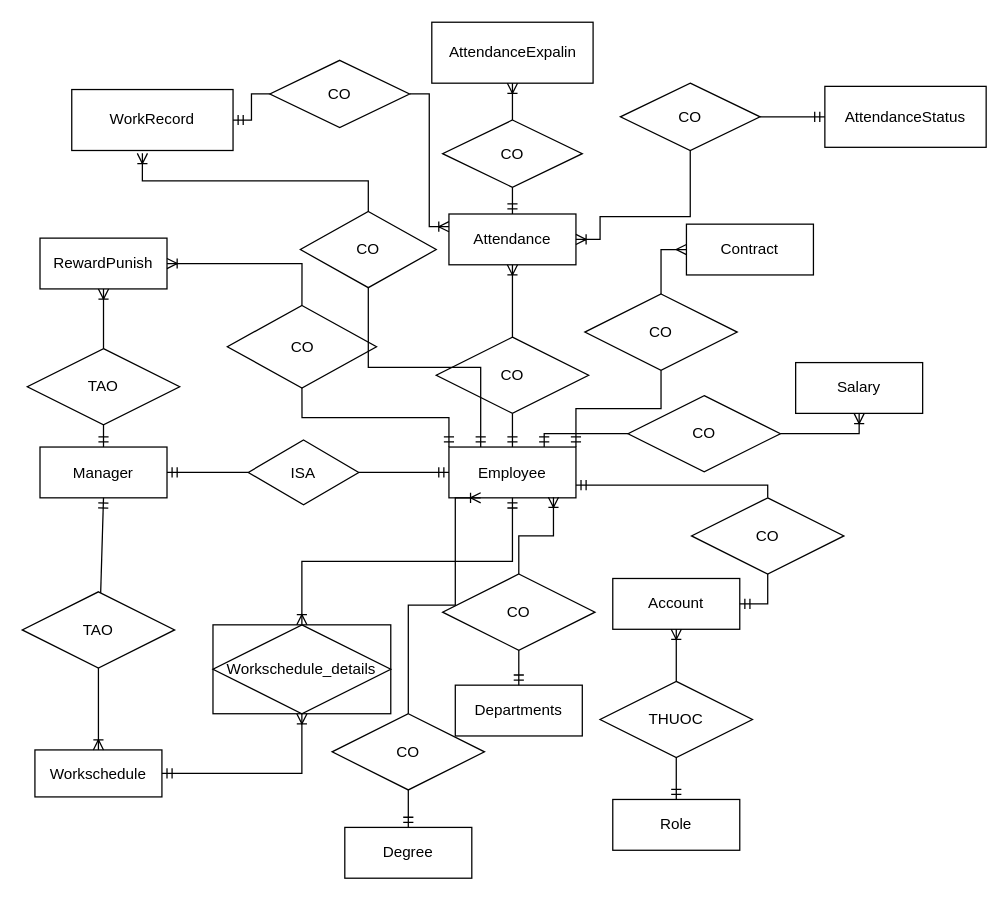
This is page "Trang-3" (3 of 5) of tttn.drawio from VanTruongPTITHCM2002/DoAnJava, a draw.io file, before an edit. Source tidied: cells renumbered, new cells numbered last; positions are measured from the earlier drawing's top-left corner, leaving out a move shared by most shapes. Both pictures are drawn from the tidied source at 127%, with x=0, y=0 at pixel (22, 22).
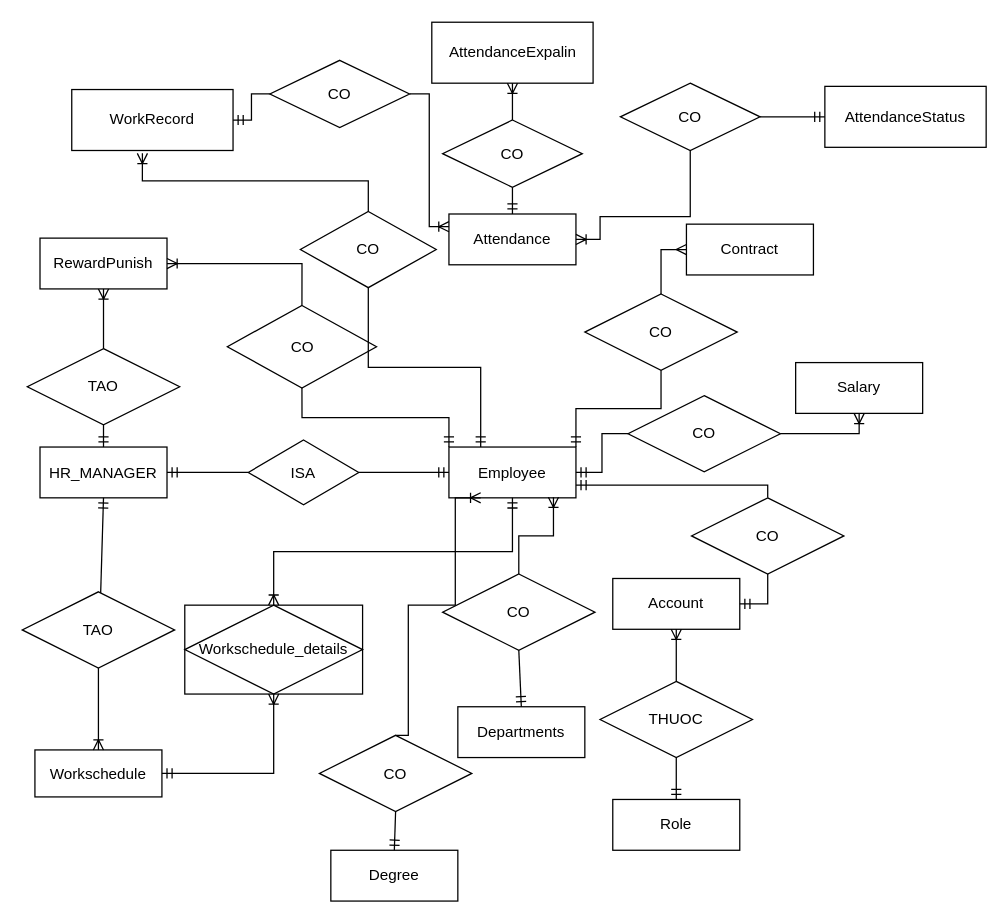
The same diagram, later.

Commit message:
Cập nhật tttn.drawio

Unchanged cells that the change refers to:
```xml
<mxCell id="2" value="Employee" style="whiteSpace=wrap;html=1;align=center;" parent="1" vertex="1">
  <mxGeometry x="336" y="334.5" width="100" height="40" as="geometry" />
</mxCell>
<mxCell id="15" value="Attendance" style="whiteSpace=wrap;html=1;align=center;" parent="1" vertex="1">
  <mxGeometry x="336" y="151" width="100" height="40" as="geometry" />
</mxCell>
<mxCell id="31" value="CO" style="shape=rhombus;perimeter=rhombusPerimeter;whiteSpace=wrap;html=1;align=center;" parent="1" vertex="1">
  <mxGeometry x="477" y="294" width="120" height="60" as="geometry" />
</mxCell>
```

Change to the diagram source:
```diff
@@
-    <mxCell id="3" value="Manager" style="whiteSpace=wrap;html=1;align=center;" parent="1" vertex="1">
+    <mxCell id="3" value="HR_MANAGER" style="whiteSpace=wrap;html=1;align=center;" parent="1" vertex="1">
       <mxGeometry x="14" y="334.5" width="100" height="40" as="geometry" />
     </mxCell>
@@
-    <mxCell id="16" style="fontSize=12;html=1;endArrow=ERmandOne;rounded=0;entryX=0.5;entryY=0;entryDx=0;entryDy=0;exitX=0.5;exitY=1;exitDx=0;exitDy=0;" parent="1" edge="1" source="17" target="2">
-      <mxGeometry relative="1" as="geometry" />
-    </mxCell>
-    <mxCell id="17" value="CO" style="shape=rhombus;perimeter=rhombusPerimeter;whiteSpace=wrap;html=1;align=center;" parent="1" vertex="1">
-      <mxGeometry x="326" y="248" width="120" height="60" as="geometry" />
-    </mxCell>
-    <mxCell id="18" style="fontSize=12;html=1;endArrow=ERoneToMany;rounded=0;exitX=0.5;exitY=0;exitDx=0;exitDy=0;entryX=0.5;entryY=1;entryDx=0;entryDy=0;" parent="1" edge="1" source="17" target="15">
-      <mxGeometry relative="1" as="geometry" />
-    </mxCell>
@@
     <mxCell id="23" value="Workschedule_details" style="shape=associativeEntity;whiteSpace=wrap;html=1;align=center;" parent="1" vertex="1">
-      <mxGeometry x="150.2" y="474.5" width="140" height="70" as="geometry" />
+      <mxGeometry x="128" y="459" width="140" height="70" as="geometry" />
     </mxCell>
@@
-    <mxCell id="32" style="edgeStyle=orthogonalEdgeStyle;fontSize=12;html=1;endArrow=ERmandOne;rounded=0;exitX=0;exitY=0.5;exitDx=0;exitDy=0;entryX=0.75;entryY=0;entryDx=0;entryDy=0;" parent="1" edge="1" source="31" target="2">
+    <mxCell id="32" style="edgeStyle=orthogonalEdgeStyle;fontSize=12;html=1;endArrow=ERmandOne;rounded=0;exitX=0;exitY=0.5;exitDx=0;exitDy=0;entryX=1;entryY=0.5;entryDx=0;entryDy=0;" parent="1" edge="1" source="31" target="2">
       <mxGeometry relative="1" as="geometry" />
     </mxCell>
@@
     <mxCell id="48" value="Departments" style="whiteSpace=wrap;html=1;align=center;" parent="1" vertex="1">
-      <mxGeometry x="341" y="522" width="100" height="40" as="geometry" />
+      <mxGeometry x="343" y="539" width="100" height="40" as="geometry" />
     </mxCell>
     <mxCell id="49" value="Degree" style="whiteSpace=wrap;html=1;align=center;" parent="1" vertex="1">
-      <mxGeometry x="254" y="634" width="100" height="40" as="geometry" />
+      <mxGeometry x="243" y="652" width="100" height="40" as="geometry" />
     </mxCell>
@@
     <mxCell id="61" value="CO" style="shape=rhombus;perimeter=rhombusPerimeter;whiteSpace=wrap;html=1;align=center;" parent="1" vertex="1">
-      <mxGeometry x="244" y="544.5" width="120" height="60" as="geometry" />
+      <mxGeometry x="234" y="561.5" width="120" height="60" as="geometry" />
     </mxCell>
```
